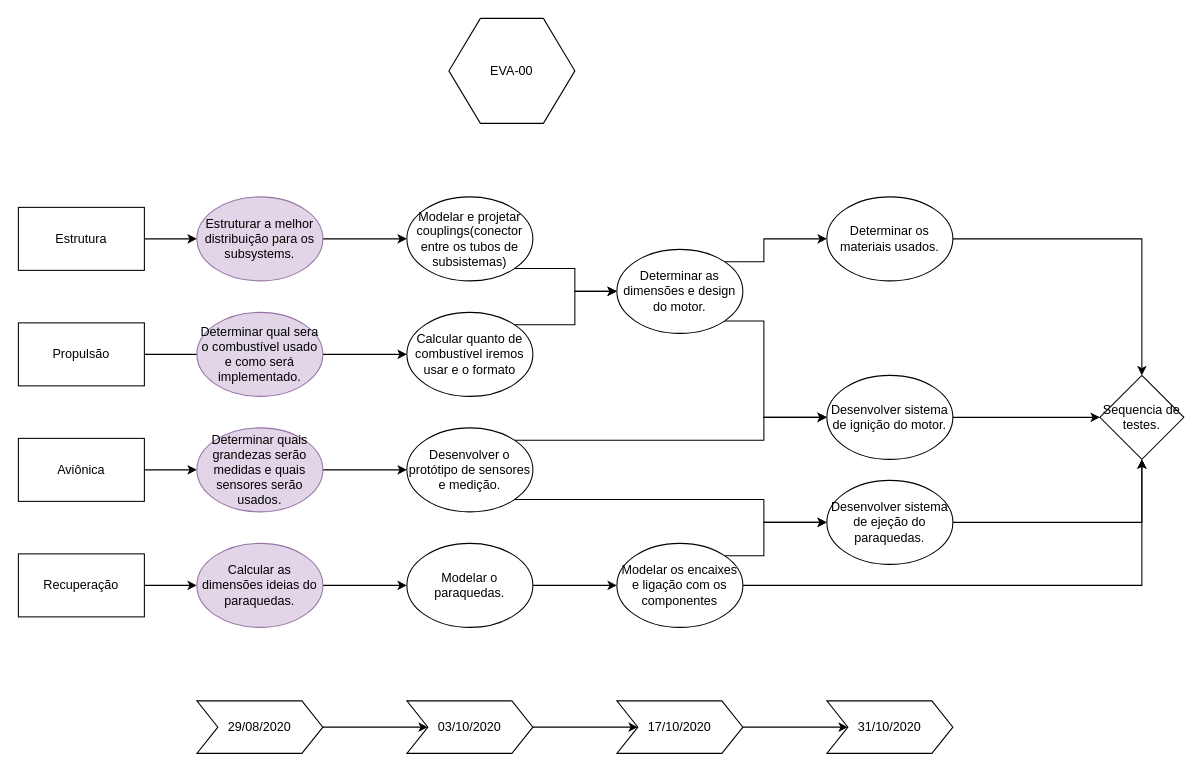
Earlier version of the draw.io diagram eva-00.drawio (freedxmgxd/Evangelion-Unidade-00). Source tidied: cells renumbered, new cells numbered last; positions are measured from the earlier drawing's top-left corner, leaving out a move shared by most shapes. Both pictures are drawn from the tidied source at 105%, with x=0, y=0 at pixel (18, 18).
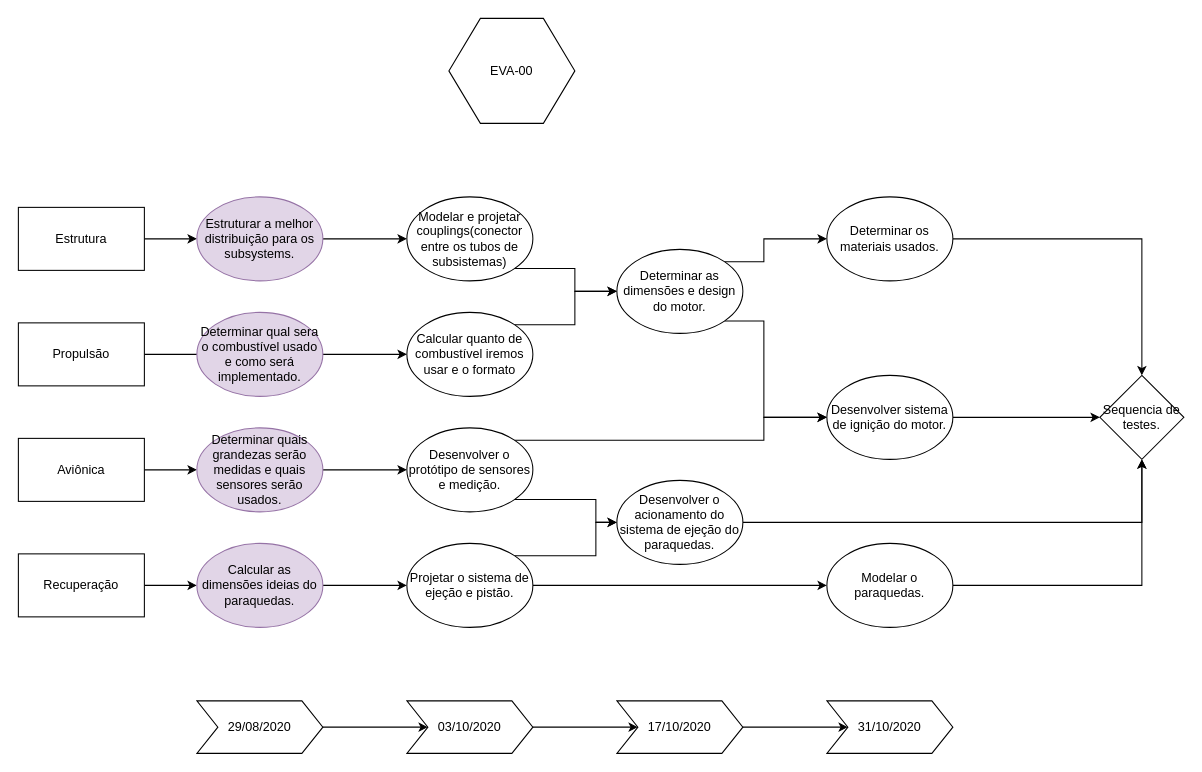
The same diagram, later.

The change refers to these unchanged cells:
```xml
<mxCell id="29" value="Sequencia de testes." style="rhombus;whiteSpace=wrap;html=1;" parent="1" vertex="1">
  <mxGeometry x="1030" y="340" width="80" height="80" as="geometry" />
</mxCell>
<mxCell id="36" value="Desenvolver o protótipo de sensores e medição." style="ellipse;whiteSpace=wrap;html=1;" parent="1" vertex="1">
  <mxGeometry x="370" y="390" width="120" height="80" as="geometry" />
</mxCell>
```

What changed in the source:
```diff
@@
     <mxCell id="15" style="edgeStyle=orthogonalEdgeStyle;rounded=0;jettySize=auto;html=1;exitX=1;exitY=0.5;exitDx=0;exitDy=0;entryX=0.5;entryY=1;entryDx=0;entryDy=0;" parent="1" edge="1" source="16" target="29">
-      <mxGeometry relative="1" as="geometry" />
+      <mxGeometry relative="1" as="geometry">
+        <Array as="points">
+          <mxPoint x="1070" y="480" />
+        </Array>
+      </mxGeometry>
     </mxCell>
-    <mxCell id="16" value="Desenvolver sistema de ejeção do paraquedas." style="ellipse;whiteSpace=wrap;html=1;" parent="1" vertex="1">
-      <mxGeometry x="770" y="440" width="120" height="80" as="geometry" />
+    <mxCell id="16" value="Desenvolver o acionamento do sistema de ejeção do paraquedas." style="ellipse;whiteSpace=wrap;html=1;" parent="1" vertex="1">
+      <mxGeometry x="570" y="440" width="120" height="80" as="geometry" />
     </mxCell>
@@
-    <mxCell id="30" style="edgeStyle=orthogonalEdgeStyle;rounded=0;jettySize=auto;html=1;exitX=1;exitY=0.5;exitDx=0;exitDy=0;entryX=0.5;entryY=1;entryDx=0;entryDy=0;" parent="1" edge="1" source="45" target="29">
+    <mxCell id="30" style="edgeStyle=orthogonalEdgeStyle;rounded=0;jettySize=auto;html=1;exitX=1;exitY=0.5;exitDx=0;exitDy=0;entryX=0.5;entryY=1;entryDx=0;entryDy=0;" parent="1" edge="1" source="49" target="29">
       <mxGeometry relative="1" as="geometry" />
     </mxCell>
+    <mxCell id="47" style="edgeStyle=orthogonalEdgeStyle;rounded=0;jettySize=auto;html=1;exitX=1;exitY=0.5;exitDx=0;exitDy=0;" parent="1" edge="1" source="31" target="49">
+      <mxGeometry relative="1" as="geometry">
+        <Array as="points">
+          <mxPoint x="520" y="540" />
+          <mxPoint x="520" y="540" />
+        </Array>
+      </mxGeometry>
+    </mxCell>
+    <mxCell id="48" style="edgeStyle=orthogonalEdgeStyle;rounded=0;jettySize=auto;html=1;exitX=1;exitY=0;exitDx=0;exitDy=0;entryX=0;entryY=0.5;entryDx=0;entryDy=0;" parent="1" edge="1" source="31" target="16">
+      <mxGeometry relative="1" as="geometry">
+        <Array as="points">
+          <mxPoint x="550" y="512" />
+          <mxPoint x="550" y="480" />
+        </Array>
+      </mxGeometry>
+    </mxCell>
-    <mxCell id="31" value="Modelar o paraquedas." style="ellipse;whiteSpace=wrap;html=1;" parent="1" vertex="1">
+    <mxCell id="31" value="Projetar o sistema de ejeção e pistão." style="ellipse;whiteSpace=wrap;html=1;" parent="1" vertex="1">
       <mxGeometry x="370" y="500" width="120" height="80" as="geometry" />
     </mxCell>
@@
     <mxCell id="35" style="edgeStyle=orthogonalEdgeStyle;rounded=0;jettySize=auto;html=1;exitX=1;exitY=1;exitDx=0;exitDy=0;" parent="1" edge="1" source="36" target="16">
       <mxGeometry relative="1" as="geometry">
         <Array as="points">
-          <mxPoint x="710" y="458" />
-          <mxPoint x="710" y="480" />
+          <mxPoint x="550" y="458" />
+          <mxPoint x="550" y="480" />
         </Array>
       </mxGeometry>
     </mxCell>
@@
-    <mxCell id="44" style="edgeStyle=orthogonalEdgeStyle;rounded=0;jettySize=auto;html=1;exitX=1;exitY=0;exitDx=0;exitDy=0;entryX=0;entryY=0.5;entryDx=0;entryDy=0;" parent="1" edge="1" source="45" target="16">
-      <mxGeometry relative="1" as="geometry">
-        <Array as="points">
-          <mxPoint x="710" y="512" />
-          <mxPoint x="710" y="480" />
-        </Array>
-      </mxGeometry>
-    </mxCell>
-    <mxCell id="45" value="Modelar os encaixes e ligação com os componentes" style="ellipse;whiteSpace=wrap;html=1;" parent="1" vertex="1">
-      <mxGeometry x="570" y="500" width="120" height="80" as="geometry" />
-    </mxCell>
-    <mxCell id="46" style="edgeStyle=orthogonalEdgeStyle;rounded=0;jettySize=auto;html=1;exitX=1;exitY=0.5;exitDx=0;exitDy=0;entryX=0;entryY=0.5;entryDx=0;entryDy=0;" parent="1" edge="1" source="31" target="45">
-      <mxGeometry relative="1" as="geometry" />
-    </mxCell>
+    <mxCell id="49" value="Modelar o paraquedas." style="ellipse;whiteSpace=wrap;html=1;" parent="1" vertex="1">
+      <mxGeometry x="770" y="500" width="120" height="80" as="geometry" />
+    </mxCell>
```
